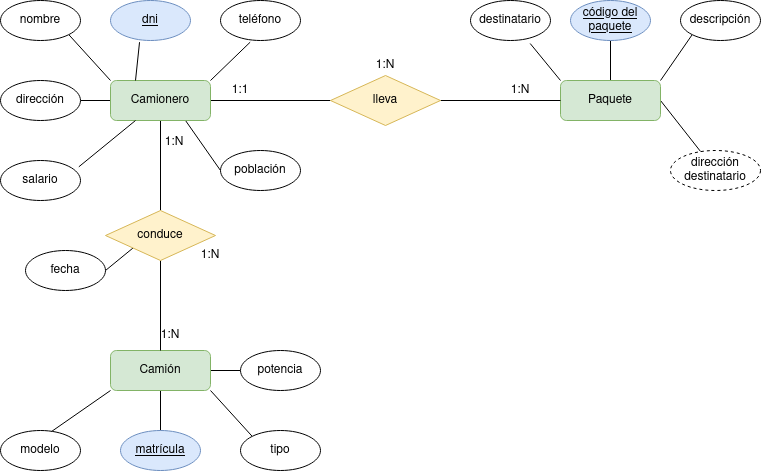
The draw.io diagram Unidad-1/Tareas/Tarea-3/Ejercicio4.drawio.png in LuisMGlez/base-datos, before a commit. Source tidied: cells renumbered, new cells last; positions are measured from the earlier drawing's top-left corner, leaving out a move shared by most shapes.
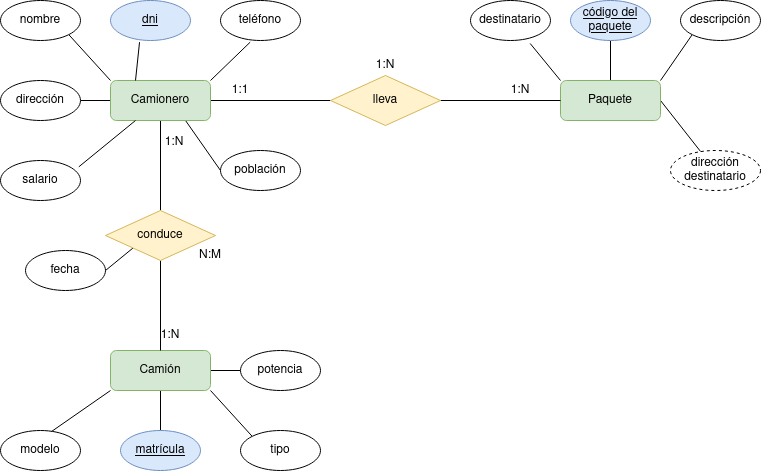
The same file after the commit.

The edit, as a diff of the source:
```diff
@@ -128,7 +128,7 @@
     <mxCell id="43" value="1:N" style="text;strokeColor=none;align=center;fillColor=none;html=1;verticalAlign=middle;whiteSpace=wrap;rounded=0;" parent="1" vertex="1">
       <mxGeometry x="144" y="127" width="60" height="30" as="geometry" />
     </mxCell>
-    <mxCell id="44" value="1:N" style="text;strokeColor=none;align=center;fillColor=none;html=1;verticalAlign=middle;whiteSpace=wrap;rounded=0;" parent="1" vertex="1">
+    <mxCell id="44" value="N:M" style="text;strokeColor=none;align=center;fillColor=none;html=1;verticalAlign=middle;whiteSpace=wrap;rounded=0;" parent="1" vertex="1">
       <mxGeometry x="180" y="240" width="60" height="30" as="geometry" />
     </mxCell>
     <mxCell id="45" value="dirección destinatario" style="ellipse;whiteSpace=wrap;html=1;align=center;dashed=1;" parent="1" vertex="1">
```
